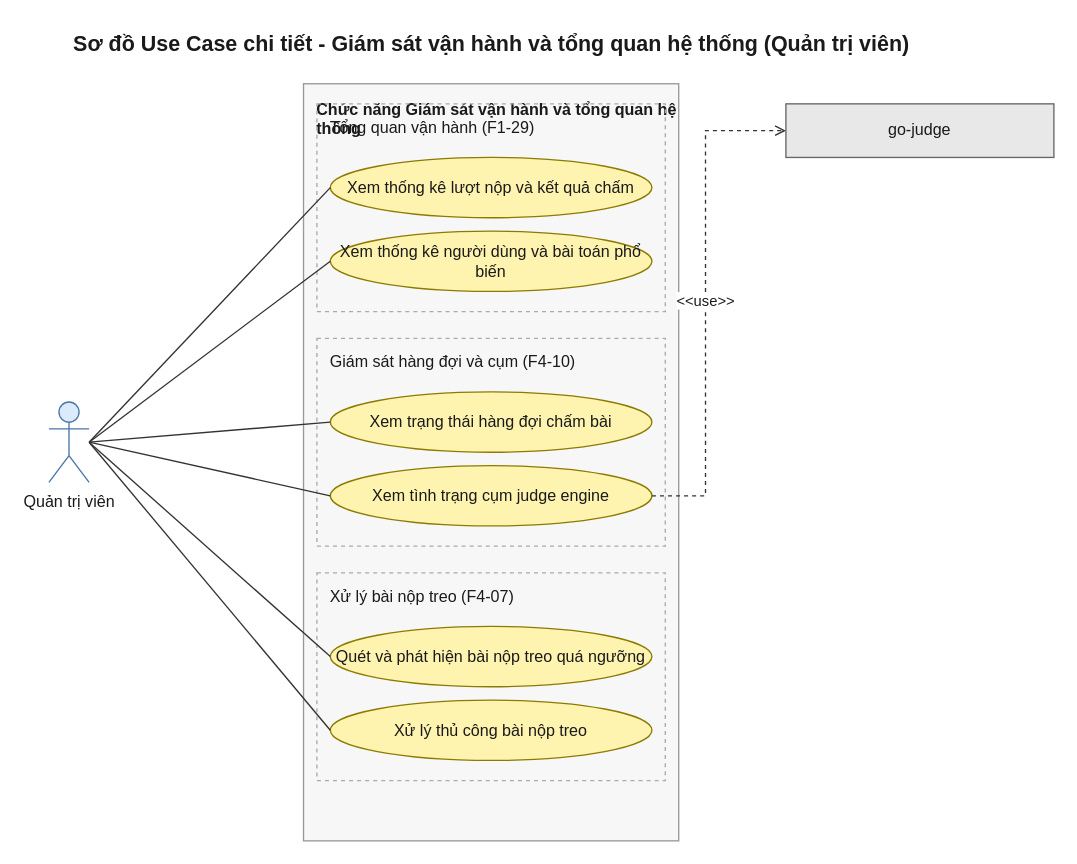
This is 08-diagram/usecase/admin/usecase_admin_giam_sat_judge_engine.drawio from daiphu1801/PRJ_ALGOPREP, a draw.io file, before an edit. Source tidied: cells renumbered, new cells numbered last; positions are measured from the earlier drawing's top-left corner, leaving out a move shared by most shapes. Both pictures are drawn from the tidied source at 134%, with x=0, y=0 at pixel (48, 23).
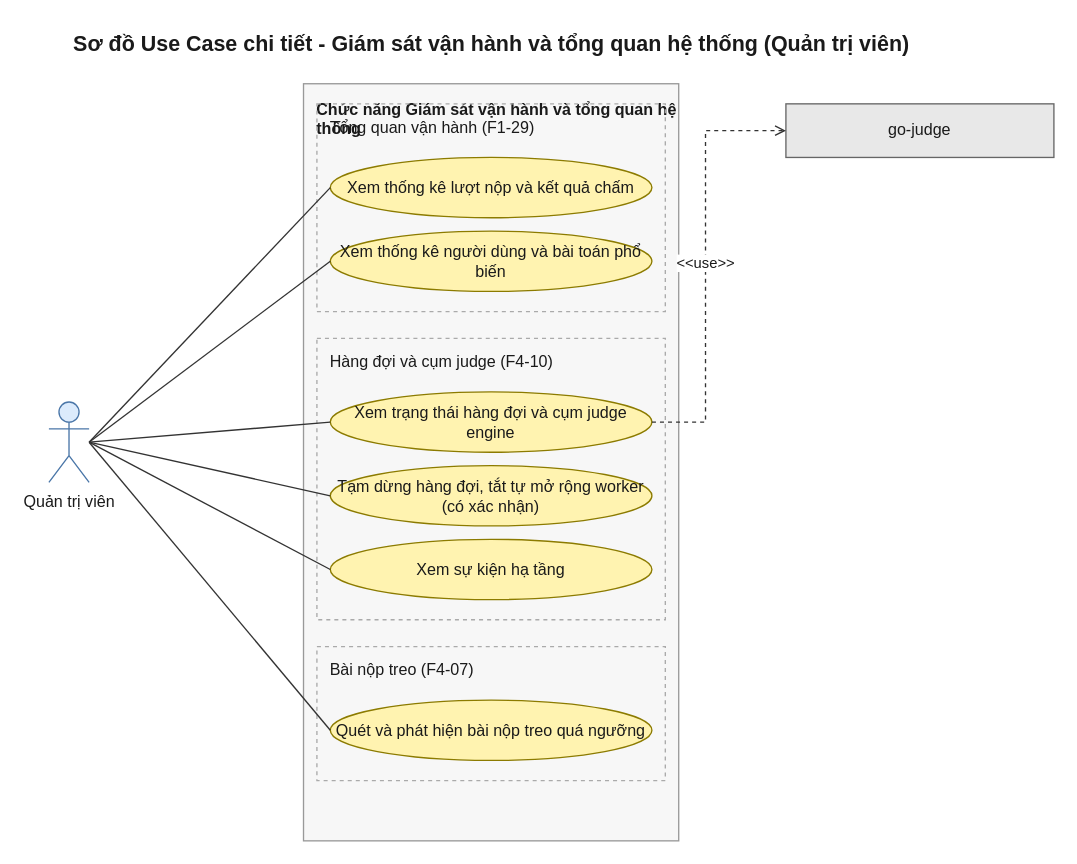
After the change.

Unchanged cells that the change refers to:
```xml
<mxCell id="13" value="Quản trị viên" style="shape=umlActor;verticalLabelPosition=bottom;verticalAlign=top;html=1;outlineConnect=0;fillColor=#DCEBFC;strokeColor=#4A76A8;fontColor=#1A1A1A;" parent="1" vertex="1">
  <mxGeometry y="282.5" width="30" height="60" as="geometry" />
</mxCell>
<mxCell id="14" value="go-judge" style="rounded=0;whiteSpace=wrap;html=1;fillColor=#E8E8E8;strokeColor=#666666;fontColor=#1A1A1A;" parent="1" vertex="1">
  <mxGeometry x="550" y="60" width="200" height="40" as="geometry" />
</mxCell>
```

The edit, as a diff of the source:
```diff
@@
-    <mxCell id="7" value="Giám sát hàng đợi và cụm (F4-10)" style="rounded=0;dashed=1;whiteSpace=wrap;html=1;fillColor=none;strokeColor=#AAAAAA;verticalAlign=top;align=left;spacingLeft=8;spacingTop=4;fontColor=#1A1A1A;" parent="1" vertex="1">
-      <mxGeometry x="200" y="235" width="260" height="155" as="geometry" />
+    <mxCell id="7" value="Hàng đợi và cụm judge (F4-10)" style="rounded=0;dashed=1;whiteSpace=wrap;html=1;fillColor=none;strokeColor=#AAAAAA;verticalAlign=top;align=left;spacingLeft=8;spacingTop=4;fontColor=#1A1A1A;" parent="1" vertex="1">
+      <mxGeometry x="200" y="235" width="260" height="210" as="geometry" />
     </mxCell>
-    <mxCell id="8" value="Xem trạng thái hàng đợi chấm bài" style="ellipse;whiteSpace=wrap;html=1;fillColor=#FFF3B0;strokeColor=#8C7B00;fontColor=#1A1A1A;" parent="1" vertex="1">
+    <mxCell id="8" value="Xem trạng thái hàng đợi và cụm judge engine" style="ellipse;whiteSpace=wrap;html=1;fillColor=#FFF3B0;strokeColor=#8C7B00;fontColor=#1A1A1A;" parent="1" vertex="1">
       <mxGeometry x="210" y="275" width="240" height="45" as="geometry" />
     </mxCell>
-    <mxCell id="9" value="Xem tình trạng cụm judge engine" style="ellipse;whiteSpace=wrap;html=1;fillColor=#FFF3B0;strokeColor=#8C7B00;fontColor=#1A1A1A;" parent="1" vertex="1">
+    <mxCell id="9" value="Tạm dừng hàng đợi, tắt tự mở rộng worker (có xác nhận)" style="ellipse;whiteSpace=wrap;html=1;fillColor=#FFF3B0;strokeColor=#8C7B00;fontColor=#1A1A1A;" parent="1" vertex="1">
       <mxGeometry x="210" y="330" width="240" height="45" as="geometry" />
     </mxCell>
-    <mxCell id="10" value="Xử lý bài nộp treo (F4-07)" style="rounded=0;dashed=1;whiteSpace=wrap;html=1;fillColor=none;strokeColor=#AAAAAA;verticalAlign=top;align=left;spacingLeft=8;spacingTop=4;fontColor=#1A1A1A;" parent="1" vertex="1">
-      <mxGeometry x="200" y="410" width="260" height="155" as="geometry" />
+    <mxCell id="10" value="Xem sự kiện hạ tầng" style="ellipse;whiteSpace=wrap;html=1;fillColor=#FFF3B0;strokeColor=#8C7B00;fontColor=#1A1A1A;" parent="1" vertex="1">
+      <mxGeometry x="210" y="385" width="240" height="45" as="geometry" />
     </mxCell>
-    <mxCell id="11" value="Quét và phát hiện bài nộp treo quá ngưỡng" style="ellipse;whiteSpace=wrap;html=1;fillColor=#FFF3B0;strokeColor=#8C7B00;fontColor=#1A1A1A;" parent="1" vertex="1">
-      <mxGeometry x="210" y="450" width="240" height="45" as="geometry" />
+    <mxCell id="11" value="Bài nộp treo (F4-07)" style="rounded=0;dashed=1;whiteSpace=wrap;html=1;fillColor=none;strokeColor=#AAAAAA;verticalAlign=top;align=left;spacingLeft=8;spacingTop=4;fontColor=#1A1A1A;" parent="1" vertex="1">
+      <mxGeometry x="200" y="465" width="260" height="100" as="geometry" />
     </mxCell>
-    <mxCell id="12" value="Xử lý thủ công bài nộp treo" style="ellipse;whiteSpace=wrap;html=1;fillColor=#FFF3B0;strokeColor=#8C7B00;fontColor=#1A1A1A;" parent="1" vertex="1">
+    <mxCell id="12" value="Quét và phát hiện bài nộp treo quá ngưỡng" style="ellipse;whiteSpace=wrap;html=1;fillColor=#FFF3B0;strokeColor=#8C7B00;fontColor=#1A1A1A;" parent="1" vertex="1">
       <mxGeometry x="210" y="505" width="240" height="45" as="geometry" />
     </mxCell>
@@
-    <mxCell id="15" value="&amp;lt;&amp;lt;use&amp;gt;&amp;gt;" style="edgeStyle=orthogonalEdgeStyle;rounded=0;html=1;endArrow=open;endFill=0;dashed=1;strokeColor=#333333;fontColor=#1A1A1A;exitX=1;exitY=0.5;exitDx=0;exitDy=0;entryX=0;entryY=0.5;entryDx=0;entryDy=0;" parent="1" edge="1" source="9" target="14">
+    <mxCell id="15" value="&amp;lt;&amp;lt;use&amp;gt;&amp;gt;" style="edgeStyle=orthogonalEdgeStyle;rounded=0;html=1;endArrow=open;endFill=0;dashed=1;strokeColor=#333333;fontColor=#1A1A1A;exitX=1;exitY=0.5;exitDx=0;exitDy=0;entryX=0;entryY=0.5;entryDx=0;entryDy=0;" parent="1" edge="1" source="8" target="14">
       <mxGeometry relative="1" as="geometry">
         <Array as="points">
-          <mxPoint x="490" y="352.5" />
+          <mxPoint x="490" y="297.5" />
           <mxPoint x="490" y="80" />
         </Array>
       </mxGeometry>
     </mxCell>
@@
-    <mxCell id="20" style="edgeStyle=none;html=1;endArrow=none;startArrow=none;strokeColor=#333333;exitX=1;exitY=0.5;exitDx=0;exitDy=0;entryX=0;entryY=0.5;entryDx=0;entryDy=0;" parent="1" edge="1" source="13" target="11">
+    <mxCell id="20" style="edgeStyle=none;html=1;endArrow=none;startArrow=none;strokeColor=#333333;exitX=1;exitY=0.5;exitDx=0;exitDy=0;entryX=0;entryY=0.5;entryDx=0;entryDy=0;" parent="1" edge="1" source="13" target="10">
       <mxGeometry relative="1" as="geometry" />
     </mxCell>
```
